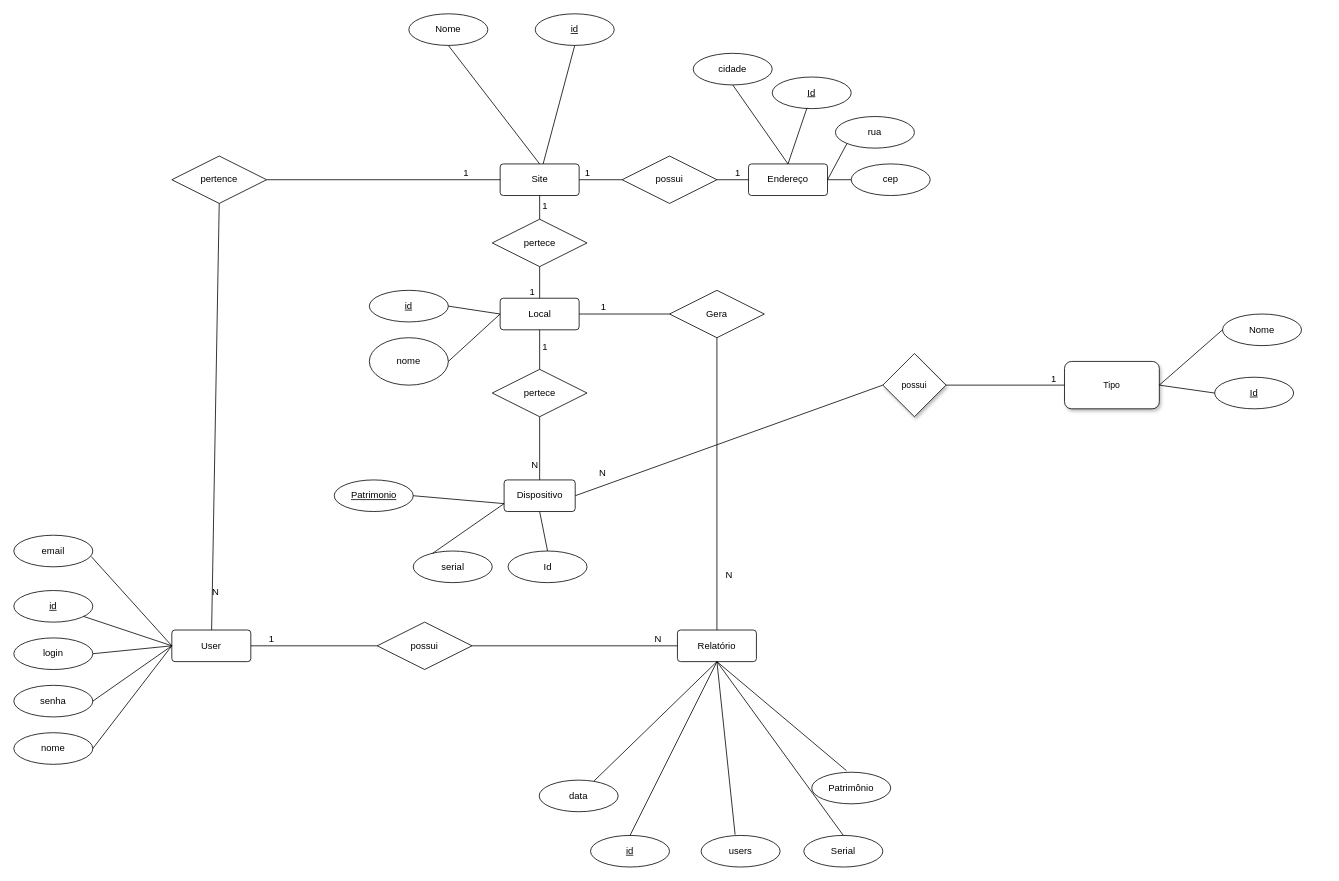
This is app/static/img/monitora.drawio from jesiqueira/monitora, a draw.io file, before an edit. Source tidied: cells renumbered, new cells numbered last; positions are measured from the earlier drawing's top-left corner, leaving out a move shared by most shapes. Both pictures are drawn from the tidied source at 79%, with x=0, y=0 at pixel (13, 13).
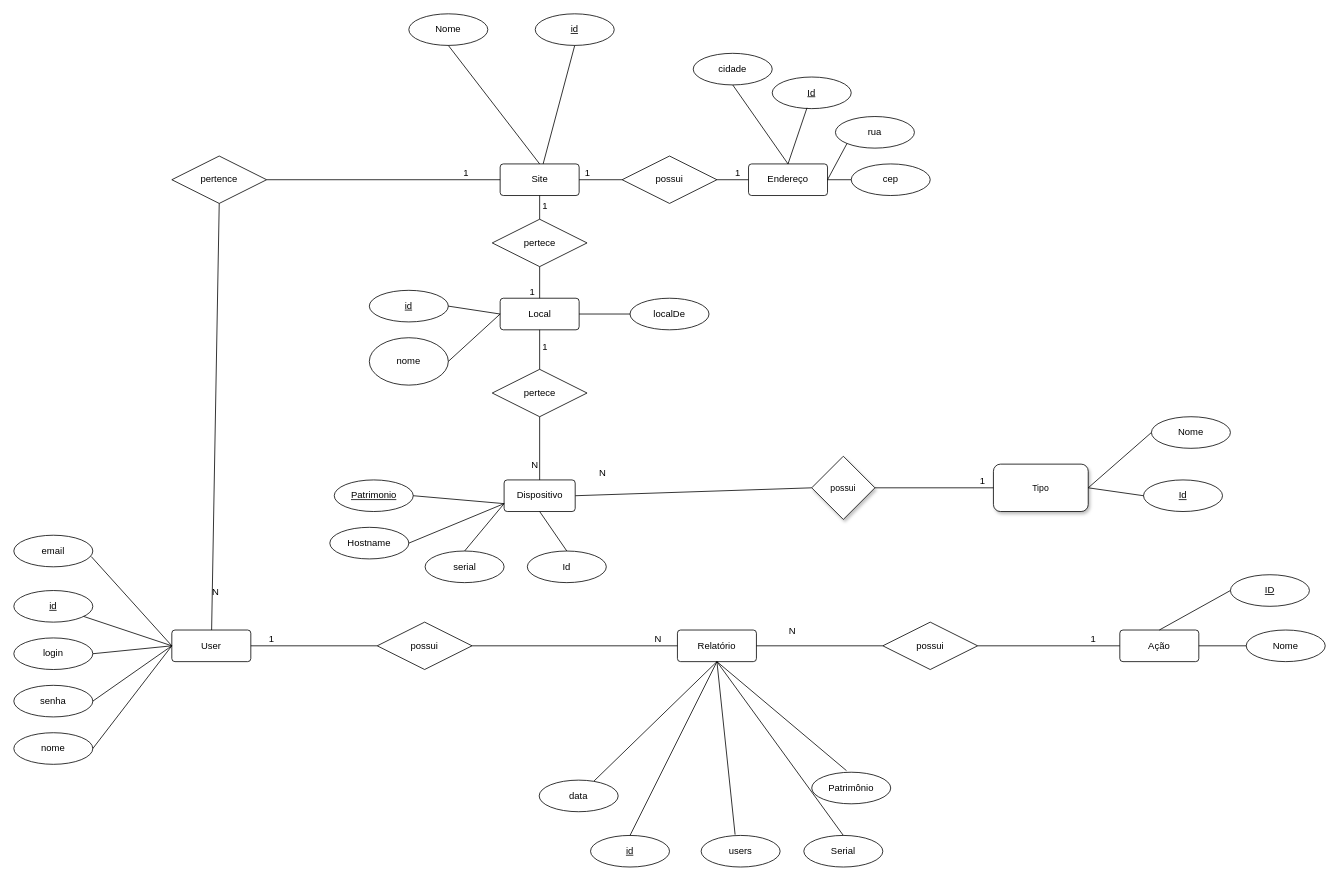
Above is the later version.

Unchanged cells that the change refers to:
```xml
<mxCell id="10" value="Dispositivo" style="rounded=1;arcSize=10;whiteSpace=wrap;html=1;align=center;" parent="1" vertex="1">
  <mxGeometry x="620.6" y="590" width="90" height="40" as="geometry" />
</mxCell>
<mxCell id="23" value="Relatório" style="rounded=1;arcSize=10;whiteSpace=wrap;html=1;align=center;" parent="1" vertex="1">
  <mxGeometry x="840" y="780" width="100" height="40" as="geometry" />
</mxCell>
<mxCell id="69" value="Local" style="rounded=1;arcSize=10;whiteSpace=wrap;html=1;align=center;" parent="1" vertex="1">
  <mxGeometry x="615.6" y="360" width="100" height="40" as="geometry" />
</mxCell>
```

What changed in the source:
```diff
@@
     <mxCell id="3" value="possui" style="rhombus;whiteSpace=wrap;html=1;fontSize=11;shadow=1;" parent="1" vertex="1">
-      <mxGeometry x="1100" y="430" width="80" height="80" as="geometry" />
+      <mxGeometry x="1010" y="560" width="80" height="80" as="geometry" />
     </mxCell>
     <mxCell id="4" value="Tipo" style="rounded=1;whiteSpace=wrap;html=1;fontSize=11;shadow=1;" parent="1" vertex="1">
-      <mxGeometry x="1330" y="440" width="120" height="60" as="geometry" />
+      <mxGeometry x="1240" y="570" width="120" height="60" as="geometry" />
     </mxCell>
@@
-    <mxCell id="22" value="Gera" style="shape=rhombus;perimeter=rhombusPerimeter;whiteSpace=wrap;html=1;align=center;" parent="1" vertex="1">
-      <mxGeometry x="830" y="350" width="120" height="60" as="geometry" />
-    </mxCell>
@@
     <mxCell id="34" value="Id" style="ellipse;whiteSpace=wrap;html=1;align=center;fontStyle=4;" parent="1" vertex="1">
-      <mxGeometry x="1520" y="460" width="100" height="40" as="geometry" />
+      <mxGeometry x="1430" y="590" width="100" height="40" as="geometry" />
     </mxCell>
@@
     <mxCell id="36" value="Nome" style="ellipse;whiteSpace=wrap;html=1;align=center;" parent="1" vertex="1">
-      <mxGeometry x="1530" y="380" width="100" height="40" as="geometry" />
+      <mxGeometry x="1440" y="510" width="100" height="40" as="geometry" />
     </mxCell>
@@
-    <mxCell id="58" style="endArrow=none;html=1;rounded=0;exitX=0;exitY=0.75;exitDx=0;exitDy=0;entryX=0;entryY=0.5;entryDx=0;entryDy=0;" parent="1" edge="1" source="10" target="67">
+    <mxCell id="58" style="endArrow=none;html=1;rounded=0;exitX=0;exitY=0.75;exitDx=0;exitDy=0;entryX=0.5;entryY=0;entryDx=0;entryDy=0;" parent="1" edge="1" source="10" target="67">
       <mxGeometry relative="1" as="geometry" />
     </mxCell>
@@
     <mxCell id="67" value="serial" style="ellipse;whiteSpace=wrap;html=1;align=center;" parent="1" vertex="1">
-      <mxGeometry x="505.6" y="680" width="100" height="40" as="geometry" />
+      <mxGeometry x="520.6" y="680" width="100" height="40" as="geometry" />
     </mxCell>
@@
     <mxCell id="75" value="Id" style="ellipse;whiteSpace=wrap;html=1;align=center;" parent="1" vertex="1">
-      <mxGeometry x="625.6" y="680" width="100" height="40" as="geometry" />
+      <mxGeometry x="650" y="680" width="100" height="40" as="geometry" />
     </mxCell>
@@
-    <mxCell id="86" style="endArrow=none;html=1;rounded=0;exitX=0.5;exitY=1;exitDx=0;exitDy=0;entryX=0.5;entryY=0;entryDx=0;entryDy=0;" parent="1" edge="1" source="22" target="23">
+    <mxCell id="86" style="endArrow=none;html=1;rounded=0;entryX=1;entryY=0.5;entryDx=0;entryDy=0;exitX=0;exitY=0.5;exitDx=0;exitDy=0;" parent="1" edge="1" source="97" target="23">
       <mxGeometry relative="1" as="geometry" />
     </mxCell>
     <mxCell id="87" value="N" style="html=1;align=right;verticalAlign=bottom;" parent="86" vertex="1">
       <mxGeometry x="1" relative="1" as="geometry">
-        <mxPoint x="20" y="-61" as="offset" />
+        <mxPoint x="50" y="-10" as="offset" />
       </mxGeometry>
     </mxCell>
-    <mxCell id="88" style="endArrow=none;html=1;rounded=0;entryX=1;entryY=0.5;entryDx=0;entryDy=0;exitX=0;exitY=0.5;exitDx=0;exitDy=0;" parent="1" edge="1" source="22" target="69">
-      <mxGeometry relative="1" as="geometry" />
-    </mxCell>
-    <mxCell id="89" value="1" style="html=1;align=right;verticalAlign=bottom;" parent="88" vertex="1">
-      <mxGeometry x="1" relative="1" as="geometry">
-        <mxPoint x="34" as="offset" />
-      </mxGeometry>
-    </mxCell>
@@
+    <mxCell id="92" value="Hostname" style="ellipse;whiteSpace=wrap;html=1;align=center;" parent="1" vertex="1">
+      <mxGeometry x="400" y="650" width="100" height="40" as="geometry" />
+    </mxCell>
+    <mxCell id="93" style="endArrow=none;html=1;rounded=0;exitX=1;exitY=0.5;exitDx=0;exitDy=0;entryX=0;entryY=0.75;entryDx=0;entryDy=0;" parent="1" edge="1" source="92" target="10">
+      <mxGeometry relative="1" as="geometry" />
+    </mxCell>
+    <mxCell id="94" value="localDe" style="ellipse;whiteSpace=wrap;html=1;align=center;" parent="1" vertex="1">
+      <mxGeometry x="780" y="360" width="100" height="40" as="geometry" />
+    </mxCell>
+    <mxCell id="95" style="endArrow=none;html=1;rounded=0;exitX=1;exitY=0.5;exitDx=0;exitDy=0;entryX=0;entryY=0.5;entryDx=0;entryDy=0;" parent="1" edge="1" source="69" target="94">
+      <mxGeometry relative="1" as="geometry" />
+    </mxCell>
+    <mxCell id="96" value="Ação" style="rounded=1;arcSize=10;whiteSpace=wrap;html=1;align=center;" parent="1" vertex="1">
+      <mxGeometry x="1400" y="780" width="100" height="40" as="geometry" />
+    </mxCell>
+    <mxCell id="97" value="possui" style="shape=rhombus;perimeter=rhombusPerimeter;whiteSpace=wrap;html=1;align=center;" parent="1" vertex="1">
+      <mxGeometry x="1100" y="770" width="120" height="60" as="geometry" />
+    </mxCell>
+    <mxCell id="98" style="endArrow=none;html=1;rounded=0;entryX=0;entryY=0.5;entryDx=0;entryDy=0;exitX=1;exitY=0.5;exitDx=0;exitDy=0;" parent="1" edge="1" source="97" target="96">
+      <mxGeometry relative="1" as="geometry" />
+    </mxCell>
+    <mxCell id="89" value="1" style="html=1;align=right;verticalAlign=bottom;" parent="98" vertex="1">
+      <mxGeometry x="1" relative="1" as="geometry">
+        <mxPoint x="-30" as="offset" />
+      </mxGeometry>
+    </mxCell>
+    <mxCell id="99" value="ID" style="ellipse;whiteSpace=wrap;html=1;align=center;fontStyle=4;" parent="1" vertex="1">
+      <mxGeometry x="1540" y="710" width="100" height="40" as="geometry" />
+    </mxCell>
+    <mxCell id="100" style="endArrow=none;html=1;rounded=0;entryX=0;entryY=0.5;entryDx=0;entryDy=0;exitX=0.5;exitY=0;exitDx=0;exitDy=0;" parent="1" edge="1" source="96" target="99">
+      <mxGeometry relative="1" as="geometry" />
+    </mxCell>
+    <mxCell id="101" value="Nome" style="ellipse;whiteSpace=wrap;html=1;align=center;" parent="1" vertex="1">
+      <mxGeometry x="1560" y="780" width="100" height="40" as="geometry" />
+    </mxCell>
+    <mxCell id="102" style="endArrow=none;html=1;rounded=0;entryX=0;entryY=0.5;entryDx=0;entryDy=0;exitX=1;exitY=0.5;exitDx=0;exitDy=0;" parent="1" edge="1" source="96" target="101">
+      <mxGeometry relative="1" as="geometry" />
+    </mxCell>
```
